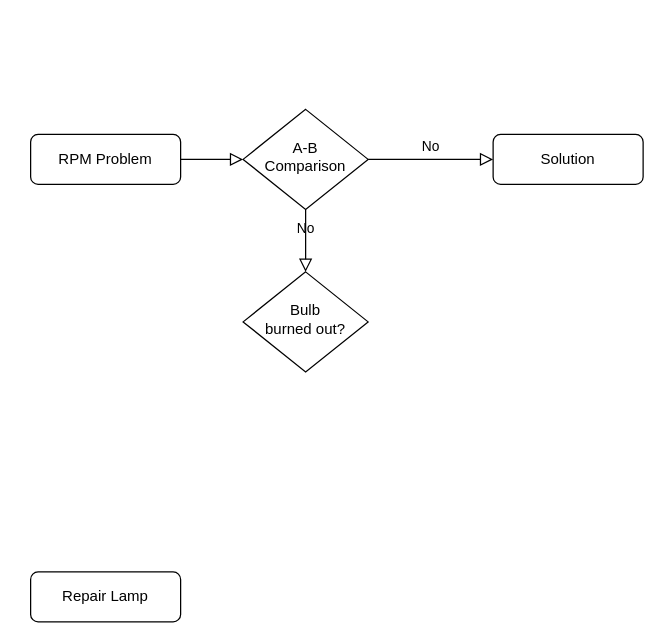
This is Untitled Diagram.drawio from mrippolito1/mrippolito1, a draw.io file, before an edit. Source tidied: cells renumbered, new cells numbered last; positions are measured from the earlier drawing's top-left corner, leaving out a move shared by most shapes. Both pictures are drawn from the tidied source at 125%, with x=0, y=0 at pixel (30, 109).
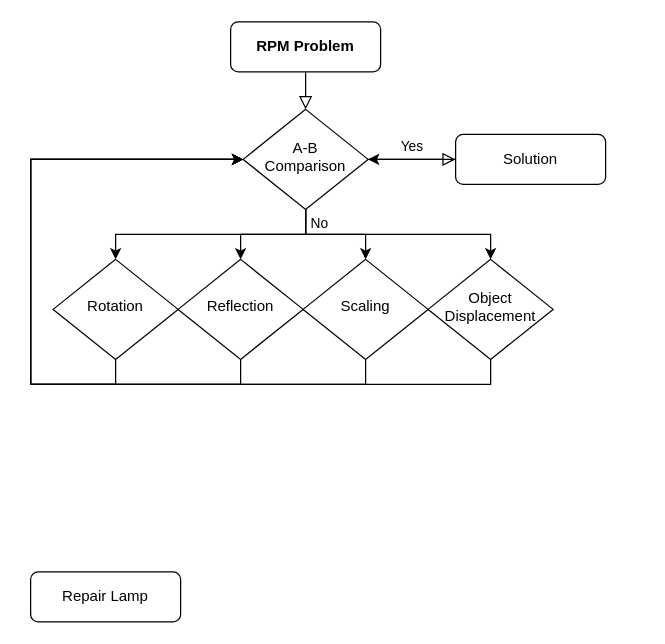
After the change.

The change refers to these unchanged cells:
```xml
<mxCell id="5" value="A-B&lt;br&gt;Comparison" style="rhombus;whiteSpace=wrap;html=1;shadow=0;fontFamily=Helvetica;fontSize=12;align=center;strokeWidth=1;spacing=6;spacingTop=-4;" parent="1" vertex="1">
  <mxGeometry x="170" width="100" height="80" as="geometry" />
</mxCell>
```

What changed in the source:
```diff
@@
-    <mxCell id="3" value="RPM Problem" style="rounded=1;whiteSpace=wrap;html=1;fontSize=12;glass=0;strokeWidth=1;shadow=0;" parent="1" vertex="1">
-      <mxGeometry y="20" width="120" height="40" as="geometry" />
+    <mxCell id="3" value="RPM Problem" style="rounded=1;whiteSpace=wrap;html=1;fontSize=12;glass=0;strokeWidth=1;shadow=0;fontStyle=1;" parent="1" vertex="1">
+      <mxGeometry x="160" y="-70" width="120" height="40" as="geometry" />
     </mxCell>
-    <mxCell id="4" value="No" style="edgeStyle=orthogonalEdgeStyle;rounded=0;html=1;jettySize=auto;fontSize=11;endArrow=block;endFill=0;endSize=8;strokeWidth=1;shadow=0;labelBackgroundColor=none;" parent="1" edge="1" source="5">
-      <mxGeometry y="10" relative="1" as="geometry">
-        <mxPoint x="220" y="130" as="targetPoint" />
-      </mxGeometry>
-    </mxCell>
@@
-    <mxCell id="6" value="Bulb&lt;br&gt;burned out?" style="rhombus;whiteSpace=wrap;html=1;shadow=0;fontFamily=Helvetica;fontSize=12;align=center;strokeWidth=1;spacing=6;spacingTop=-4;" parent="1" vertex="1">
-      <mxGeometry x="170" y="130" width="100" height="80" as="geometry" />
-    </mxCell>
@@
+    <mxCell id="10" style="edgeStyle=orthogonalEdgeStyle;rounded=0;jettySize=auto;html=1;" parent="1" edge="1" source="8" target="5">
+      <mxGeometry relative="1" as="geometry" />
+    </mxCell>
     <mxCell id="8" value="Solution" style="rounded=1;whiteSpace=wrap;html=1;fontSize=12;glass=0;strokeWidth=1;shadow=0;" parent="1" vertex="1">
-      <mxGeometry x="370" y="20" width="120" height="40" as="geometry" />
+      <mxGeometry x="340" y="20" width="120" height="40" as="geometry" />
     </mxCell>
-    <mxCell id="9" value="No" style="edgeStyle=orthogonalEdgeStyle;rounded=0;html=1;jettySize=auto;fontSize=11;endArrow=block;endFill=0;endSize=8;strokeWidth=1;shadow=0;labelBackgroundColor=none;exitX=1;exitY=0.5;exitDx=0;exitDy=0;" parent="1" edge="1" source="5">
-      <mxGeometry y="10" relative="1" as="geometry">
-        <mxPoint x="370" y="40" as="targetPoint" />
-        <Array as="points">
-          <mxPoint x="360" y="40" />
-          <mxPoint x="360" y="40" />
-        </Array>
-      </mxGeometry>
+    <mxCell id="9" value="Yes" style="edgeStyle=orthogonalEdgeStyle;rounded=0;html=1;jettySize=auto;fontSize=11;endArrow=block;endFill=0;endSize=8;strokeWidth=1;shadow=0;labelBackgroundColor=none;exitX=1;exitY=0.5;exitDx=0;exitDy=0;entryX=0;entryY=0.5;entryDx=0;entryDy=0;" parent="1" edge="1" source="5" target="8">
+      <mxGeometry y="10" relative="1" as="geometry" />
     </mxCell>
+    <mxCell id="11" style="edgeStyle=orthogonalEdgeStyle;rounded=0;jettySize=auto;html=1;exitX=0.5;exitY=1;exitDx=0;exitDy=0;entryX=0.5;entryY=0;entryDx=0;entryDy=0;" parent="1" edge="1" source="5" target="6">
+      <mxGeometry relative="1" as="geometry" />
+    </mxCell>
+    <mxCell id="4" value="No" style="edgeLabel;html=1;align=center;verticalAlign=middle;" parent="11" vertex="1">
+      <mxGeometry x="-0.18" relative="1" as="geometry">
+        <mxPoint x="69" y="-10" as="offset" />
+      </mxGeometry>
+    </mxCell>
+    <mxCell id="6" value="Rotation" style="rhombus;whiteSpace=wrap;html=1;shadow=0;fontFamily=Helvetica;fontSize=12;align=center;strokeWidth=1;spacing=6;spacingTop=-4;" parent="1" vertex="1">
+      <mxGeometry x="18" y="120" width="100" height="80" as="geometry" />
+    </mxCell>
+    <mxCell id="12" value="Reflection" style="rhombus;whiteSpace=wrap;html=1;shadow=0;fontFamily=Helvetica;fontSize=12;align=center;strokeWidth=1;spacing=6;spacingTop=-4;" parent="1" vertex="1">
+      <mxGeometry x="118" y="120" width="100" height="80" as="geometry" />
+    </mxCell>
+    <mxCell id="13" value="Scaling" style="rhombus;whiteSpace=wrap;html=1;shadow=0;fontFamily=Helvetica;fontSize=12;align=center;strokeWidth=1;spacing=6;spacingTop=-4;" parent="1" vertex="1">
+      <mxGeometry x="218" y="120" width="100" height="80" as="geometry" />
+    </mxCell>
+    <mxCell id="14" value="Object&lt;br&gt;Displacement" style="rhombus;whiteSpace=wrap;html=1;shadow=0;fontFamily=Helvetica;fontSize=12;align=center;strokeWidth=1;spacing=6;spacingTop=-4;" parent="1" vertex="1">
+      <mxGeometry x="318" y="120" width="100" height="80" as="geometry" />
+    </mxCell>
+    <mxCell id="15" style="edgeStyle=orthogonalEdgeStyle;rounded=0;jettySize=auto;html=1;exitX=0.5;exitY=1;exitDx=0;exitDy=0;entryX=0.5;entryY=0;entryDx=0;entryDy=0;" parent="1" edge="1" source="5" target="12">
+      <mxGeometry relative="1" as="geometry" />
+    </mxCell>
+    <mxCell id="16" style="edgeStyle=orthogonalEdgeStyle;rounded=0;jettySize=auto;html=1;exitX=0.5;exitY=1;exitDx=0;exitDy=0;" parent="1" edge="1" source="5" target="13">
+      <mxGeometry relative="1" as="geometry" />
+    </mxCell>
+    <mxCell id="17" style="edgeStyle=orthogonalEdgeStyle;rounded=0;jettySize=auto;html=1;entryX=0.5;entryY=0;entryDx=0;entryDy=0;" parent="1" edge="1" target="14">
+      <mxGeometry relative="1" as="geometry">
+        <mxPoint x="220" y="80" as="sourcePoint" />
+        <Array as="points">
+          <mxPoint x="220" y="100" />
+          <mxPoint x="368" y="100" />
+        </Array>
+      </mxGeometry>
+    </mxCell>
+    <mxCell id="18" style="edgeStyle=orthogonalEdgeStyle;rounded=0;jettySize=auto;html=1;exitX=0.5;exitY=1;exitDx=0;exitDy=0;entryX=0;entryY=0.5;entryDx=0;entryDy=0;" parent="1" edge="1" source="12" target="5">
+      <mxGeometry relative="1" as="geometry">
+        <Array as="points">
+          <mxPoint x="168" y="220" />
+          <mxPoint y="220" />
+          <mxPoint y="40" />
+        </Array>
+      </mxGeometry>
+    </mxCell>
+    <mxCell id="19" style="edgeStyle=orthogonalEdgeStyle;rounded=0;jettySize=auto;html=1;exitX=0.5;exitY=1;exitDx=0;exitDy=0;entryX=0;entryY=0.5;entryDx=0;entryDy=0;" parent="1" edge="1" source="6" target="5">
+      <mxGeometry relative="1" as="geometry">
+        <Array as="points">
+          <mxPoint x="68" y="220" />
+          <mxPoint y="220" />
+          <mxPoint y="40" />
+        </Array>
+      </mxGeometry>
+    </mxCell>
+    <mxCell id="20" style="edgeStyle=orthogonalEdgeStyle;rounded=0;jettySize=auto;html=1;exitX=0.5;exitY=1;exitDx=0;exitDy=0;entryX=0;entryY=0.5;entryDx=0;entryDy=0;" parent="1" edge="1" source="13" target="5">
+      <mxGeometry relative="1" as="geometry">
+        <Array as="points">
+          <mxPoint x="268" y="220" />
+          <mxPoint y="220" />
+          <mxPoint y="40" />
+        </Array>
+      </mxGeometry>
+    </mxCell>
+    <mxCell id="21" style="edgeStyle=orthogonalEdgeStyle;rounded=0;jettySize=auto;html=1;exitX=0.5;exitY=1;exitDx=0;exitDy=0;entryX=0;entryY=0.5;entryDx=0;entryDy=0;" parent="1" edge="1" source="14" target="5">
+      <mxGeometry relative="1" as="geometry">
+        <Array as="points">
+          <mxPoint x="368" y="220" />
+          <mxPoint y="220" />
+          <mxPoint y="40" />
+        </Array>
+      </mxGeometry>
+    </mxCell>
```
